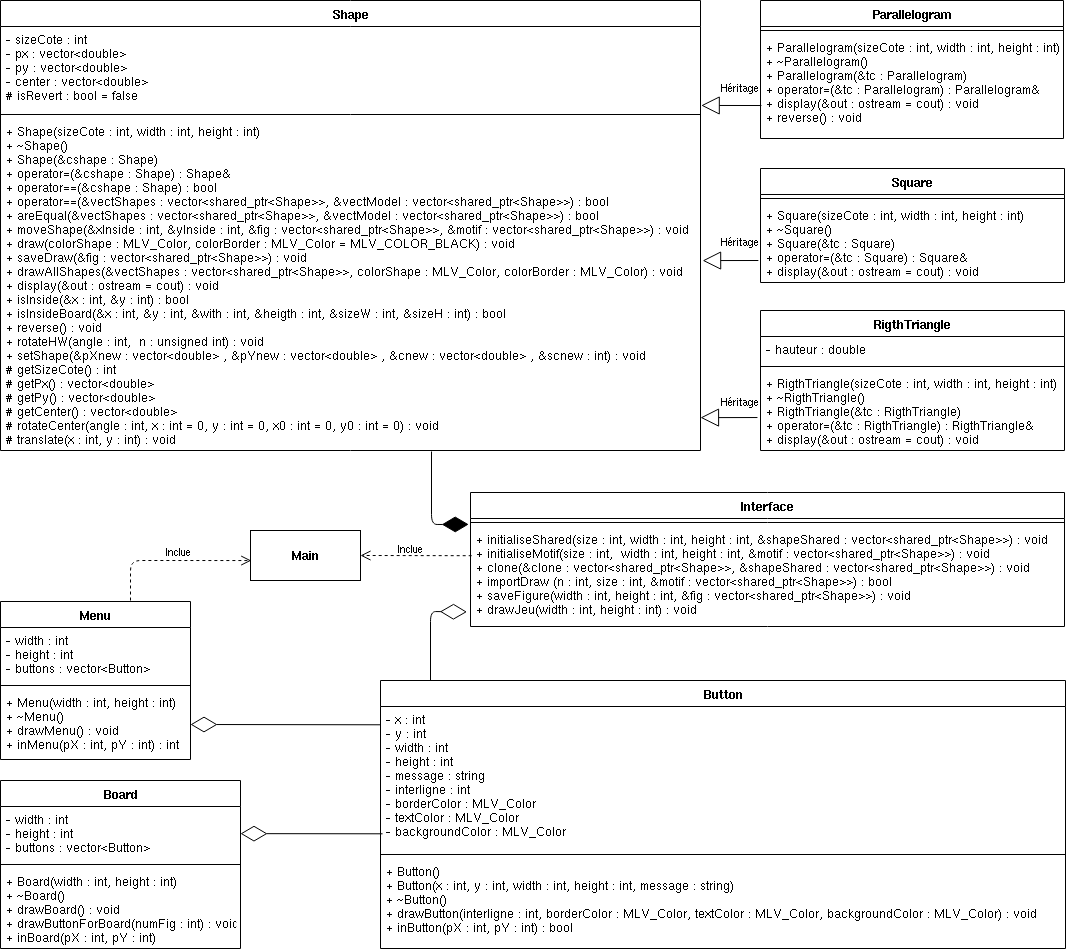
This is Rendu-final/doc/UML-Tangram.png from amelbenhamouda/Tangram, a draw.io export, as it was before one commit. Source tidied: cells renumbered, new cells last; positions are measured from the earlier drawing's top-left corner, leaving out a move shared by most shapes. Its diagram source:
```xml
<mxGraphModel>
  <root>
    <mxCell id="0" />
    <mxCell id="1" parent="0" />
    <mxCell id="2" value="Shape" style="swimlane;fontStyle=1;align=center;verticalAlign=top;horizontal=1;startSize=26;" parent="1" vertex="1">
      <mxGeometry width="700" height="450" as="geometry" />
    </mxCell>
    <mxCell id="3" value="- sizeCote : int&#10;- px : vector&lt;double&gt;&#10;- py : vector&lt;double&gt;&#10;- center : vector&lt;double&gt;&#10;# isRevert : bool = false&#10;" style="text;strokeColor=none;fillColor=none;align=left;verticalAlign=top;spacingLeft=4;spacingRight=4;overflow=hidden;points=[[0,0.5],[1,0.5]];portConstraint=eastwest;" parent="2" vertex="1">
      <mxGeometry y="26" width="700" height="84" as="geometry" />
    </mxCell>
    <mxCell id="4" style="line;strokeWidth=1;fillColor=none;align=left;verticalAlign=middle;spacingTop=-1;spacingLeft=3;spacingRight=3;labelPosition=right;" parent="2" vertex="1">
      <mxGeometry y="110" width="700" height="8" as="geometry" />
    </mxCell>
    <mxCell id="5" value="+ Shape(sizeCote : int, width : int, height : int)&#10;+ ~Shape()&#10;+ Shape(&amp;cshape : Shape)&#10;+ operator=(&amp;cshape : Shape) : Shape&amp;&#10;+ operator==(&amp;cshape : Shape) : bool&#10;+ operator==(&amp;vectShapes : vector&lt;shared_ptr&lt;Shape&gt;&gt;, &amp;vectModel : vector&lt;shared_ptr&lt;Shape&gt;&gt;) : bool&#10;+ areEqual(&amp;vectShapes : vector&lt;shared_ptr&lt;Shape&gt;&gt;, &amp;vectModel : vector&lt;shared_ptr&lt;Shape&gt;&gt;) : bool&#10;+ moveShape(&amp;xInside : int, &amp;yInside : int, &amp;fig : vector&lt;shared_ptr&lt;Shape&gt;&gt;, &amp;motif : vector&lt;shared_ptr&lt;Shape&gt;&gt;) : void&#10;+ draw(colorShape : MLV_Color, colorBorder : MLV_Color = MLV_COLOR_BLACK) : void&#10;+ saveDraw(&amp;fig : vector&lt;shared_ptr&lt;Shape&gt;&gt;) : void&#10;+ drawAllShapes(&amp;vectShapes : vector&lt;shared_ptr&lt;Shape&gt;&gt;, colorShape : MLV_Color, colorBorder : MLV_Color) : void&#10;+ display(&amp;out : ostream = cout) : void&#10;+ isInside(&amp;x : int, &amp;y : int) : bool&#10;+ isInsideBoard(&amp;x : int, &amp;y : int, &amp;with : int, &amp;heigth : int, &amp;sizeW : int, &amp;sizeH : int) : bool&#10;+ reverse() : void&#10;+ rotateHW(angle : int,  n : unsigned int) : void&#10;+ setShape(&amp;pXnew : vector&lt;double&gt; , &amp;pYnew : vector&lt;double&gt; , &amp;cnew : vector&lt;double&gt; , &amp;scnew : int) : void&#10;# getSizeCote() : int&#10;# getPx() : vector&lt;double&gt;&#10;# getPy() : vector&lt;double&gt;&#10;# getCenter() : vector&lt;double&gt;&#10;# rotateCenter(angle : int, x : int = 0, y : int = 0, x0 : int = 0, y0 : int = 0) : void&#10;# translate(x : int, y : int) : void" style="text;strokeColor=none;fillColor=none;align=left;verticalAlign=top;spacingLeft=4;spacingRight=4;overflow=hidden;points=[[0,0.5],[1,0.5]];portConstraint=eastwest;" parent="2" vertex="1">
      <mxGeometry y="118" width="700" height="332" as="geometry" />
    </mxCell>
    <mxCell id="6" value="RigthTriangle" style="swimlane;fontStyle=1;align=center;verticalAlign=top;horizontal=1;startSize=26;" parent="1" vertex="1">
      <mxGeometry x="760" y="310" width="304" height="140" as="geometry" />
    </mxCell>
    <mxCell id="7" value="- hauteur : double" style="text;strokeColor=none;fillColor=none;align=left;verticalAlign=top;spacingLeft=4;spacingRight=4;overflow=hidden;" parent="6" vertex="1">
      <mxGeometry y="26" width="304" height="26" as="geometry" />
    </mxCell>
    <mxCell id="8" style="line;strokeWidth=1;fillColor=none;align=left;verticalAlign=middle;spacingTop=-1;spacingLeft=3;spacingRight=3;labelPosition=right;" parent="6" vertex="1">
      <mxGeometry y="52" width="304" height="8" as="geometry" />
    </mxCell>
    <mxCell id="9" value="+ RigthTriangle(sizeCote : int, width : int, height : int)&#10;+ ~RigthTriangle()&#10;+ RigthTriangle(&amp;tc : RigthTriangle)&#10;+ operator=(&amp;tc : RigthTriangle) : RigthTriangle&amp; &#10;+ display(&amp;out : ostream = cout) : void" style="text;strokeColor=none;fillColor=none;align=left;verticalAlign=top;spacingLeft=4;spacingRight=4;overflow=hidden;" parent="6" vertex="1">
      <mxGeometry y="60" width="304" height="80" as="geometry" />
    </mxCell>
    <mxCell id="10" value="Square" style="swimlane;fontStyle=1;align=center;verticalAlign=top;horizontal=1;startSize=26;" parent="1" vertex="1">
      <mxGeometry x="760" y="168" width="304" height="114" as="geometry" />
    </mxCell>
    <mxCell id="11" style="line;strokeWidth=1;fillColor=none;align=left;verticalAlign=middle;spacingTop=-1;spacingLeft=3;spacingRight=3;labelPosition=right;" parent="10" vertex="1">
      <mxGeometry y="26" width="304" height="8" as="geometry" />
    </mxCell>
    <mxCell id="12" value="+ Square(sizeCote : int, width : int, height : int)&#10;+ ~Square()&#10;+ Square(&amp;tc : Square)&#10;+ operator=(&amp;tc : Square) : Square&amp;&#10;+ display(&amp;out : ostream = cout) : void" style="text;strokeColor=none;fillColor=none;align=left;verticalAlign=top;spacingLeft=4;spacingRight=4;overflow=hidden;points=[[0,0.5],[1,0.5]];portConstraint=eastwest;" parent="10" vertex="1">
      <mxGeometry y="34" width="304" height="80" as="geometry" />
    </mxCell>
    <mxCell id="13" value="Parallelogram" style="swimlane;fontStyle=1;align=center;verticalAlign=top;horizontal=1;startSize=26;" parent="1" vertex="1">
      <mxGeometry x="760" width="303" height="138" as="geometry" />
    </mxCell>
    <mxCell id="14" style="line;strokeWidth=1;fillColor=none;align=left;verticalAlign=middle;spacingTop=-1;spacingLeft=3;spacingRight=3;labelPosition=right;" parent="13" vertex="1">
      <mxGeometry y="26" width="303" height="8" as="geometry" />
    </mxCell>
    <mxCell id="15" value="+ Parallelogram(sizeCote : int, width : int, height : int)&#10;+ ~Parallelogram()&#10;+ Parallelogram(&amp;tc : Parallelogram)&#10;+ operator=(&amp;tc : Parallelogram) : Parallelogram&amp;&#10;+ display(&amp;out : ostream = cout) : void&#10;+ reverse() : void" style="text;strokeColor=none;fillColor=none;align=left;verticalAlign=top;spacingLeft=4;spacingRight=4;overflow=hidden;points=[[0,0.5],[1,0.5]];portConstraint=eastwest;" parent="13" vertex="1">
      <mxGeometry y="34" width="303" height="104" as="geometry" />
    </mxCell>
    <mxCell id="16" value="Interface" style="swimlane;fontStyle=1;align=center;verticalAlign=top;horizontal=1;startSize=26;" parent="1" vertex="1">
      <mxGeometry x="470" y="492" width="594" height="134" as="geometry" />
    </mxCell>
    <mxCell id="17" style="line;strokeWidth=1;fillColor=none;align=left;verticalAlign=middle;spacingTop=-1;spacingLeft=3;spacingRight=3;labelPosition=right;" parent="16" vertex="1">
      <mxGeometry y="26" width="594" height="8" as="geometry" />
    </mxCell>
    <mxCell id="18" value="+ initialiseShared(size : int, width : int, height : int, &amp;shapeShared : vector&lt;shared_ptr&lt;Shape&gt;&gt;) : void&#10;+ initialiseMotif(size : int,  width : int, height : int, &amp;motif : vector&lt;shared_ptr&lt;Shape&gt;&gt;) : void&#10;+ clone(&amp;clone : vector&lt;shared_ptr&lt;Shape&gt;&gt;, &amp;shapeShared : vector&lt;shared_ptr&lt;Shape&gt;&gt;) : void&#10;+ importDraw (n : int, size : int, &amp;motif : vector&lt;shared_ptr&lt;Shape&gt;&gt;) : bool&#10;+ saveFigure(width : int, height : int, &amp;fig : vector&lt;shared_ptr&lt;Shape&gt;&gt;) : void&#10;+ drawJeu(width : int, height : int) : void" style="text;strokeColor=none;fillColor=none;align=left;verticalAlign=top;spacingLeft=4;spacingRight=4;overflow=hidden;points=[[0,0.5],[1,0.5]];portConstraint=eastwest;" parent="16" vertex="1">
      <mxGeometry y="34" width="594" height="100" as="geometry" />
    </mxCell>
    <mxCell id="19" value="Menu" style="swimlane;fontStyle=1;align=center;verticalAlign=top;horizontal=1;startSize=26;" parent="1" vertex="1">
      <mxGeometry y="601" width="190" height="158" as="geometry" />
    </mxCell>
    <mxCell id="20" value="- width : int&#10;- height : int&#10;- buttons : vector&lt;Button&gt;&#10;" style="text;strokeColor=none;fillColor=none;align=left;verticalAlign=top;spacingLeft=4;spacingRight=4;overflow=hidden;" parent="19" vertex="1">
      <mxGeometry y="26" width="190" height="54" as="geometry" />
    </mxCell>
    <mxCell id="21" style="line;strokeWidth=1;fillColor=none;align=left;verticalAlign=middle;spacingTop=-1;spacingLeft=3;spacingRight=3;labelPosition=right;" parent="19" vertex="1">
      <mxGeometry y="80" width="190" height="8" as="geometry" />
    </mxCell>
    <mxCell id="22" value="+ Menu(width : int, height : int)&#10;+ ~Menu()&#10;+ drawMenu() : void&#10;+ inMenu(pX : int, pY : int) : int" style="text;strokeColor=none;fillColor=none;align=left;verticalAlign=top;spacingLeft=4;spacingRight=4;overflow=hidden;points=[[0,0.5],[1,0.5]];portConstraint=eastwest;" parent="19" vertex="1">
      <mxGeometry y="88" width="190" height="70" as="geometry" />
    </mxCell>
    <mxCell id="23" value="Button" style="swimlane;fontStyle=1;align=center;verticalAlign=top;horizontal=1;startSize=26;" parent="1" vertex="1">
      <mxGeometry x="380" y="680" width="685" height="268" as="geometry" />
    </mxCell>
    <mxCell id="24" value="- x : int&#10;- y : int&#10;- width : int&#10;- height : int&#10;- message : string&#10;- interligne : int&#10;- borderColor : MLV_Color&#10;- textColor : MLV_Color&#10;- backgroundColor : MLV_Color" style="text;strokeColor=none;fillColor=none;align=left;verticalAlign=top;spacingLeft=4;spacingRight=4;overflow=hidden;points=[[0,0.5],[1,0.5]];portConstraint=eastwest;" parent="23" vertex="1">
      <mxGeometry y="26" width="685" height="144" as="geometry" />
    </mxCell>
    <mxCell id="25" style="line;strokeWidth=1;fillColor=none;align=left;verticalAlign=middle;spacingTop=-1;spacingLeft=3;spacingRight=3;labelPosition=right;" parent="23" vertex="1">
      <mxGeometry y="170" width="685" height="8" as="geometry" />
    </mxCell>
    <mxCell id="26" value="+ Button()&#10;+ Button(x : int, y : int, width : int, height : int, message : string)&#10;+ ~Button()&#10;+ drawButton(interligne : int, borderColor : MLV_Color, textColor : MLV_Color, backgroundColor : MLV_Color) : void&#10;+ inButton(pX : int, pY : int) : bool" style="text;strokeColor=none;fillColor=none;align=left;verticalAlign=top;spacingLeft=4;spacingRight=4;overflow=hidden;" parent="23" vertex="1">
      <mxGeometry y="178" width="685" height="90" as="geometry" />
    </mxCell>
    <mxCell id="27" value="Board" style="swimlane;fontStyle=1;align=center;verticalAlign=top;horizontal=1;startSize=26;" parent="1" vertex="1">
      <mxGeometry y="780" width="240" height="168" as="geometry" />
    </mxCell>
    <mxCell id="28" value="- width : int&#10;- height : int&#10;- buttons : vector&lt;Button&gt;&#10;" style="text;strokeColor=none;fillColor=none;align=left;verticalAlign=top;spacingLeft=4;spacingRight=4;overflow=hidden;points=[[0,0.5],[1,0.5]];portConstraint=eastwest;" parent="27" vertex="1">
      <mxGeometry y="26" width="240" height="54" as="geometry" />
    </mxCell>
    <mxCell id="29" style="line;strokeWidth=1;fillColor=none;align=left;verticalAlign=middle;spacingTop=-1;spacingLeft=3;spacingRight=3;labelPosition=right;" parent="27" vertex="1">
      <mxGeometry y="80" width="240" height="8" as="geometry" />
    </mxCell>
    <mxCell id="30" value="+ Board(width : int, height : int)&#10;+ ~Board()&#10;+ drawBoard() : void&#10;+ drawButtonForBoard(numFig : int) : void&#10;+ inBoard(pX : int, pY : int)" style="text;strokeColor=none;fillColor=none;align=left;verticalAlign=top;spacingLeft=4;spacingRight=4;overflow=hidden;" parent="27" vertex="1">
      <mxGeometry y="88" width="240" height="80" as="geometry" />
    </mxCell>
    <mxCell id="31" value="&lt;b&gt;Main&lt;/b&gt;" style="html=1;labelBackgroundColor=#ffffff;fontColor=#000000;" parent="1" vertex="1">
      <mxGeometry x="250" y="530" width="110" height="50" as="geometry" />
    </mxCell>
    <mxCell id="32" value="Héritage" style="endArrow=block;endSize=16;endFill=0;html=1;fontColor=#000000;entryX=1.001;entryY=0.94;entryDx=0;entryDy=0;entryPerimeter=0;exitX=0.003;exitY=0.683;exitDx=0;exitDy=0;exitPerimeter=0;" parent="1" edge="1" source="15" target="3">
      <mxGeometry x="-0.3" y="-19" relative="1" as="geometry" />
    </mxCell>
    <mxCell id="33" value="Héritage" style="endArrow=block;endSize=16;endFill=0;html=1;fontColor=#000000;exitX=-0.007;exitY=0.725;exitDx=0;exitDy=0;exitPerimeter=0;entryX=1.003;entryY=0.428;entryDx=0;entryDy=0;entryPerimeter=0;" parent="1" edge="1" source="12" target="5">
      <mxGeometry x="-0.36" y="-20" relative="1" as="geometry" />
    </mxCell>
    <mxCell id="34" style="endArrow=diamondThin;endFill=1;endSize=24;html=1;fontColor=#000000;entryX=-0.003;entryY=-0.021;entryDx=0;entryDy=0;entryPerimeter=0;" parent="1" edge="1" target="18">
      <mxGeometry relative="1" as="geometry">
        <mxPoint x="431" y="451" as="sourcePoint" />
        <Array as="points">
          <mxPoint x="431" y="524" />
        </Array>
      </mxGeometry>
    </mxCell>
    <mxCell id="35" style="endArrow=diamondThin;endFill=0;endSize=24;html=1;fontColor=#000000;entryX=1;entryY=0.5;entryDx=0;entryDy=0;exitX=0;exitY=0.127;exitDx=0;exitDy=0;exitPerimeter=0;" parent="1" edge="1" source="24" target="22">
      <mxGeometry relative="1" as="geometry" />
    </mxCell>
    <mxCell id="36" style="endArrow=diamondThin;endFill=0;endSize=24;html=1;fontColor=#000000;exitX=0.003;exitY=0.884;exitDx=0;exitDy=0;exitPerimeter=0;" parent="1" edge="1" source="24" target="28">
      <mxGeometry relative="1" as="geometry" />
    </mxCell>
    <mxCell id="37" style="endArrow=diamondThin;endFill=0;endSize=24;html=1;fontColor=#000000;entryX=-0.006;entryY=0.854;entryDx=0;entryDy=0;entryPerimeter=0;" parent="1" edge="1" target="18">
      <mxGeometry relative="1" as="geometry">
        <mxPoint x="430" y="680" as="sourcePoint" />
        <Array as="points">
          <mxPoint x="430" y="611" />
        </Array>
      </mxGeometry>
    </mxCell>
    <mxCell id="38" value="Inclue" style="html=1;verticalAlign=bottom;endArrow=open;dashed=1;endSize=8;fontColor=#000000;entryX=1;entryY=0.5;entryDx=0;entryDy=0;exitX=0.002;exitY=0.292;exitDx=0;exitDy=0;exitPerimeter=0;" parent="1" edge="1" source="18" target="31">
      <mxGeometry x="0.1" y="1" relative="1" as="geometry" />
    </mxCell>
    <mxCell id="39" value="Inclue" style="html=1;verticalAlign=bottom;endArrow=open;dashed=1;endSize=8;fontColor=#000000;entryX=0.007;entryY=0.601;entryDx=0;entryDy=0;entryPerimeter=0;" parent="1" edge="1" target="31">
      <mxGeometry x="0.1" y="1" relative="1" as="geometry">
        <mxPoint x="130" y="600" as="sourcePoint" />
        <Array as="points">
          <mxPoint x="130" y="560" />
        </Array>
      </mxGeometry>
    </mxCell>
    <mxCell id="40" value="Héritage" style="endArrow=block;endSize=16;endFill=0;html=1;fontColor=#000000;entryX=1;entryY=0.901;entryDx=0;entryDy=0;exitX=-0.01;exitY=0.588;exitDx=0;exitDy=0;exitPerimeter=0;entryPerimeter=0;" parent="1" edge="1">
      <mxGeometry x="-0.41" y="-17" relative="1" as="geometry">
        <mxPoint x="757" y="417" as="sourcePoint" />
        <mxPoint x="700" y="417.1" as="targetPoint" />
      </mxGeometry>
    </mxCell>
  </root>
</mxGraphModel>
```
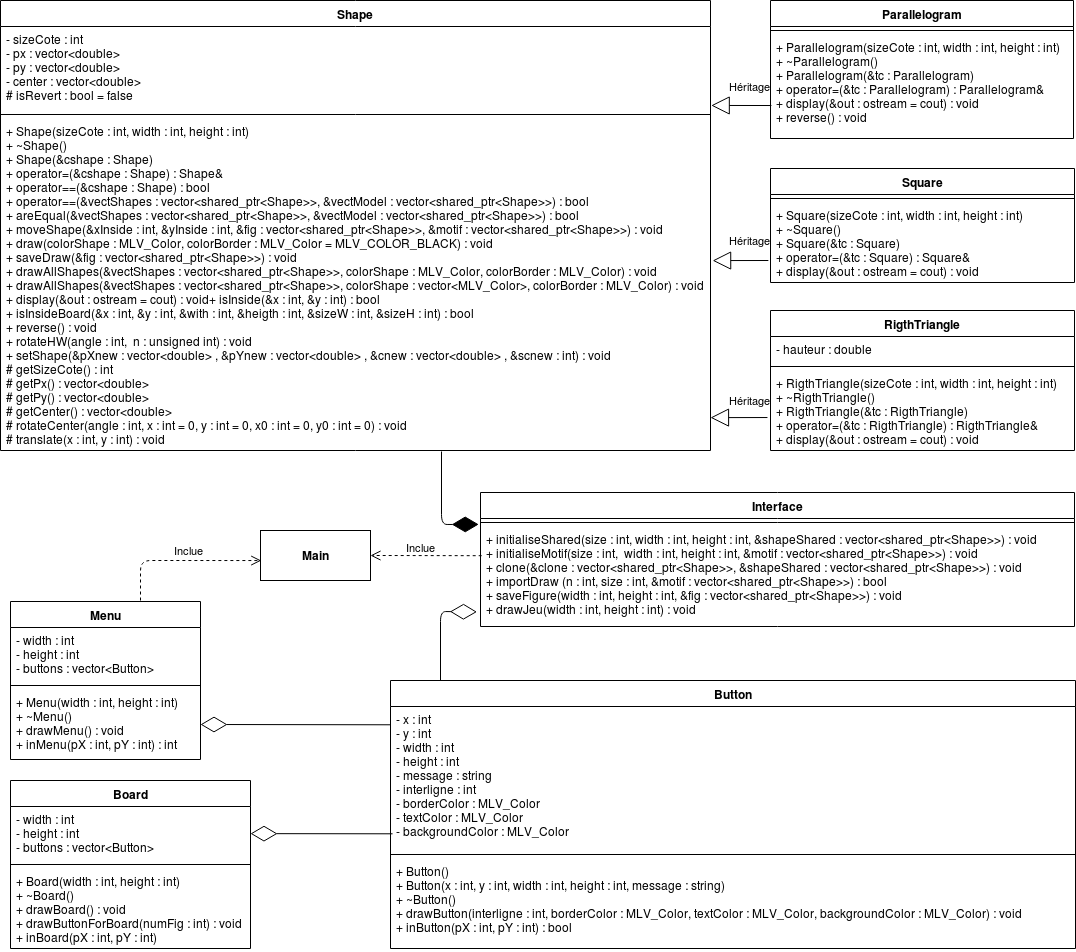
The same file after the commit.

Change to the diagram source:
```diff
@@ -3,16 +3,16 @@
     <mxCell id="0" />
     <mxCell id="1" parent="0" />
     <mxCell id="2" value="Shape" style="swimlane;fontStyle=1;align=center;verticalAlign=top;horizontal=1;startSize=26;" parent="1" vertex="1">
-      <mxGeometry width="700" height="450" as="geometry" />
+      <mxGeometry x="-10" width="710" height="450" as="geometry" />
     </mxCell>
     <mxCell id="3" value="- sizeCote : int&#10;- px : vector&lt;double&gt;&#10;- py : vector&lt;double&gt;&#10;- center : vector&lt;double&gt;&#10;# isRevert : bool = false&#10;" style="text;strokeColor=none;fillColor=none;align=left;verticalAlign=top;spacingLeft=4;spacingRight=4;overflow=hidden;points=[[0,0.5],[1,0.5]];portConstraint=eastwest;" parent="2" vertex="1">
-      <mxGeometry y="26" width="700" height="84" as="geometry" />
+      <mxGeometry y="26" width="710" height="84" as="geometry" />
     </mxCell>
     <mxCell id="4" style="line;strokeWidth=1;fillColor=none;align=left;verticalAlign=middle;spacingTop=-1;spacingLeft=3;spacingRight=3;labelPosition=right;" parent="2" vertex="1">
-      <mxGeometry y="110" width="700" height="8" as="geometry" />
+      <mxGeometry y="110" width="710" height="8" as="geometry" />
     </mxCell>
-    <mxCell id="5" value="+ Shape(sizeCote : int, width : int, height : int)&#10;+ ~Shape()&#10;+ Shape(&amp;cshape : Shape)&#10;+ operator=(&amp;cshape : Shape) : Shape&amp;&#10;+ operator==(&amp;cshape : Shape) : bool&#10;+ operator==(&amp;vectShapes : vector&lt;shared_ptr&lt;Shape&gt;&gt;, &amp;vectModel : vector&lt;shared_ptr&lt;Shape&gt;&gt;) : bool&#10;+ areEqual(&amp;vectShapes : vector&lt;shared_ptr&lt;Shape&gt;&gt;, &amp;vectModel : vector&lt;shared_ptr&lt;Shape&gt;&gt;) : bool&#10;+ moveShape(&amp;xInside : int, &amp;yInside : int, &amp;fig : vector&lt;shared_ptr&lt;Shape&gt;&gt;, &amp;motif : vector&lt;shared_ptr&lt;Shape&gt;&gt;) : void&#10;+ draw(colorShape : MLV_Color, colorBorder : MLV_Color = MLV_COLOR_BLACK) : void&#10;+ saveDraw(&amp;fig : vector&lt;shared_ptr&lt;Shape&gt;&gt;) : void&#10;+ drawAllShapes(&amp;vectShapes : vector&lt;shared_ptr&lt;Shape&gt;&gt;, colorShape : MLV_Color, colorBorder : MLV_Color) : void&#10;+ display(&amp;out : ostream = cout) : void&#10;+ isInside(&amp;x : int, &amp;y : int) : bool&#10;+ isInsideBoard(&amp;x : int, &amp;y : int, &amp;with : int, &amp;heigth : int, &amp;sizeW : int, &amp;sizeH : int) : bool&#10;+ reverse() : void&#10;+ rotateHW(angle : int,  n : unsigned int) : void&#10;+ setShape(&amp;pXnew : vector&lt;double&gt; , &amp;pYnew : vector&lt;double&gt; , &amp;cnew : vector&lt;double&gt; , &amp;scnew : int) : void&#10;# getSizeCote() : int&#10;# getPx() : vector&lt;double&gt;&#10;# getPy() : vector&lt;double&gt;&#10;# getCenter() : vector&lt;double&gt;&#10;# rotateCenter(angle : int, x : int = 0, y : int = 0, x0 : int = 0, y0 : int = 0) : void&#10;# translate(x : int, y : int) : void" style="text;strokeColor=none;fillColor=none;align=left;verticalAlign=top;spacingLeft=4;spacingRight=4;overflow=hidden;points=[[0,0.5],[1,0.5]];portConstraint=eastwest;" parent="2" vertex="1">
-      <mxGeometry y="118" width="700" height="332" as="geometry" />
+    <mxCell id="5" value="+ Shape(sizeCote : int, width : int, height : int)&#10;+ ~Shape()&#10;+ Shape(&amp;cshape : Shape)&#10;+ operator=(&amp;cshape : Shape) : Shape&amp;&#10;+ operator==(&amp;cshape : Shape) : bool&#10;+ operator==(&amp;vectShapes : vector&lt;shared_ptr&lt;Shape&gt;&gt;, &amp;vectModel : vector&lt;shared_ptr&lt;Shape&gt;&gt;) : bool&#10;+ areEqual(&amp;vectShapes : vector&lt;shared_ptr&lt;Shape&gt;&gt;, &amp;vectModel : vector&lt;shared_ptr&lt;Shape&gt;&gt;) : bool&#10;+ moveShape(&amp;xInside : int, &amp;yInside : int, &amp;fig : vector&lt;shared_ptr&lt;Shape&gt;&gt;, &amp;motif : vector&lt;shared_ptr&lt;Shape&gt;&gt;) : void&#10;+ draw(colorShape : MLV_Color, colorBorder : MLV_Color = MLV_COLOR_BLACK) : void&#10;+ saveDraw(&amp;fig : vector&lt;shared_ptr&lt;Shape&gt;&gt;) : void&#10;+ drawAllShapes(&amp;vectShapes : vector&lt;shared_ptr&lt;Shape&gt;&gt;, colorShape : MLV_Color, colorBorder : MLV_Color) : void&#10;+ drawAllShapes(&amp;vectShapes : vector&lt;shared_ptr&lt;Shape&gt;&gt;, colorShape : vector&lt;MLV_Color&gt;, colorBorder : MLV_Color) : void&#10;+ display(&amp;out : ostream = cout) : void+ isInside(&amp;x : int, &amp;y : int) : bool&#10;+ isInsideBoard(&amp;x : int, &amp;y : int, &amp;with : int, &amp;heigth : int, &amp;sizeW : int, &amp;sizeH : int) : bool&#10;+ reverse() : void&#10;+ rotateHW(angle : int,  n : unsigned int) : void&#10;+ setShape(&amp;pXnew : vector&lt;double&gt; , &amp;pYnew : vector&lt;double&gt; , &amp;cnew : vector&lt;double&gt; , &amp;scnew : int) : void&#10;# getSizeCote() : int&#10;# getPx() : vector&lt;double&gt;&#10;# getPy() : vector&lt;double&gt;&#10;# getCenter() : vector&lt;double&gt;&#10;# rotateCenter(angle : int, x : int = 0, y : int = 0, x0 : int = 0, y0 : int = 0) : void&#10;# translate(x : int, y : int) : void" style="text;strokeColor=none;fillColor=none;align=left;verticalAlign=top;spacingLeft=4;spacingRight=4;overflow=hidden;points=[[0,0.5],[1,0.5]];portConstraint=eastwest;" parent="2" vertex="1">
+      <mxGeometry y="118" width="710" height="332" as="geometry" />
     </mxCell>
     <mxCell id="6" value="RigthTriangle" style="swimlane;fontStyle=1;align=center;verticalAlign=top;horizontal=1;startSize=26;" parent="1" vertex="1">
       <mxGeometry x="760" y="310" width="304" height="140" as="geometry" />
```
